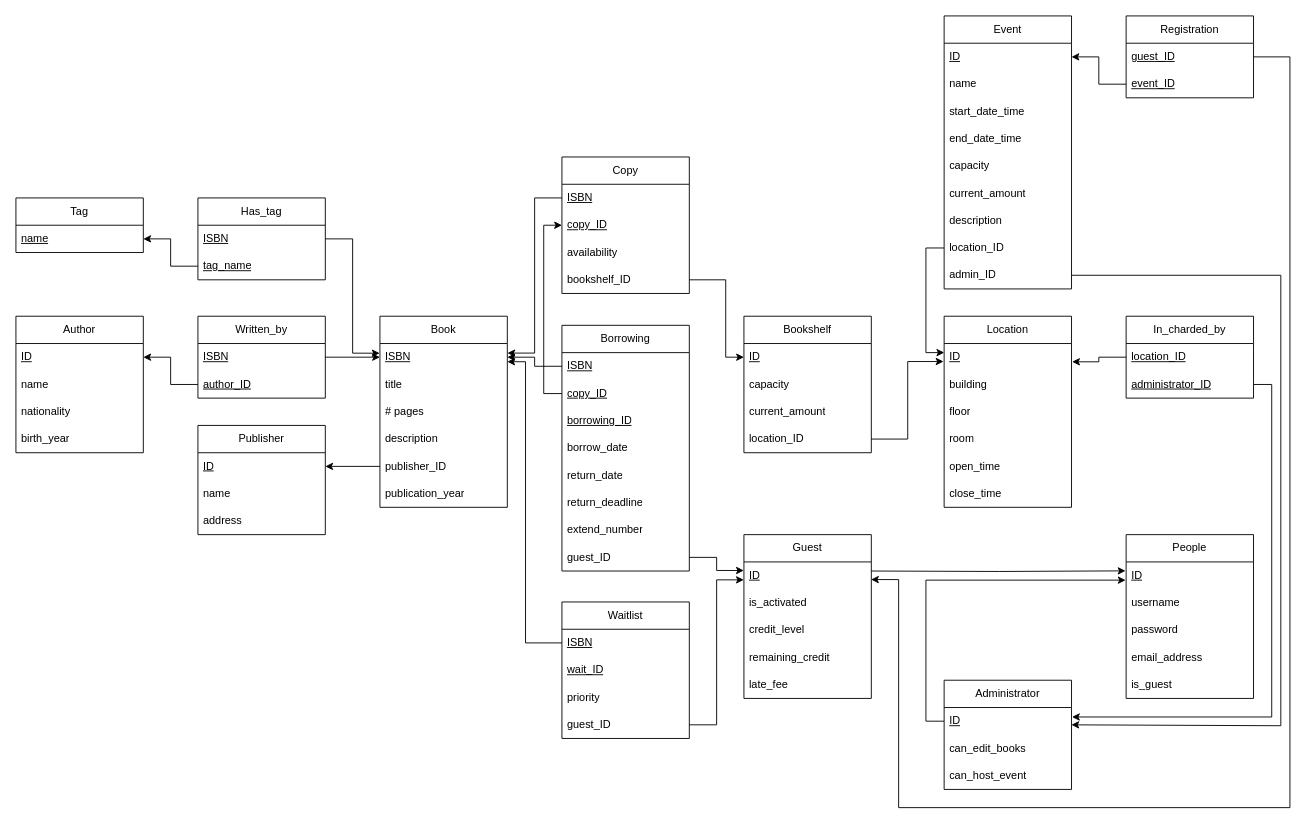
This is schema/relational_model/Relational Model Diagram.drawio from Kassaking7/eLibraryManagementSystem, a draw.io file, before an edit. Source tidied: cells renumbered, new cells numbered last; positions are measured from the earlier drawing's top-left corner, leaving out a move shared by most shapes. Both pictures are drawn from the tidied source at 91%, with x=0, y=0 at pixel (15, 15).
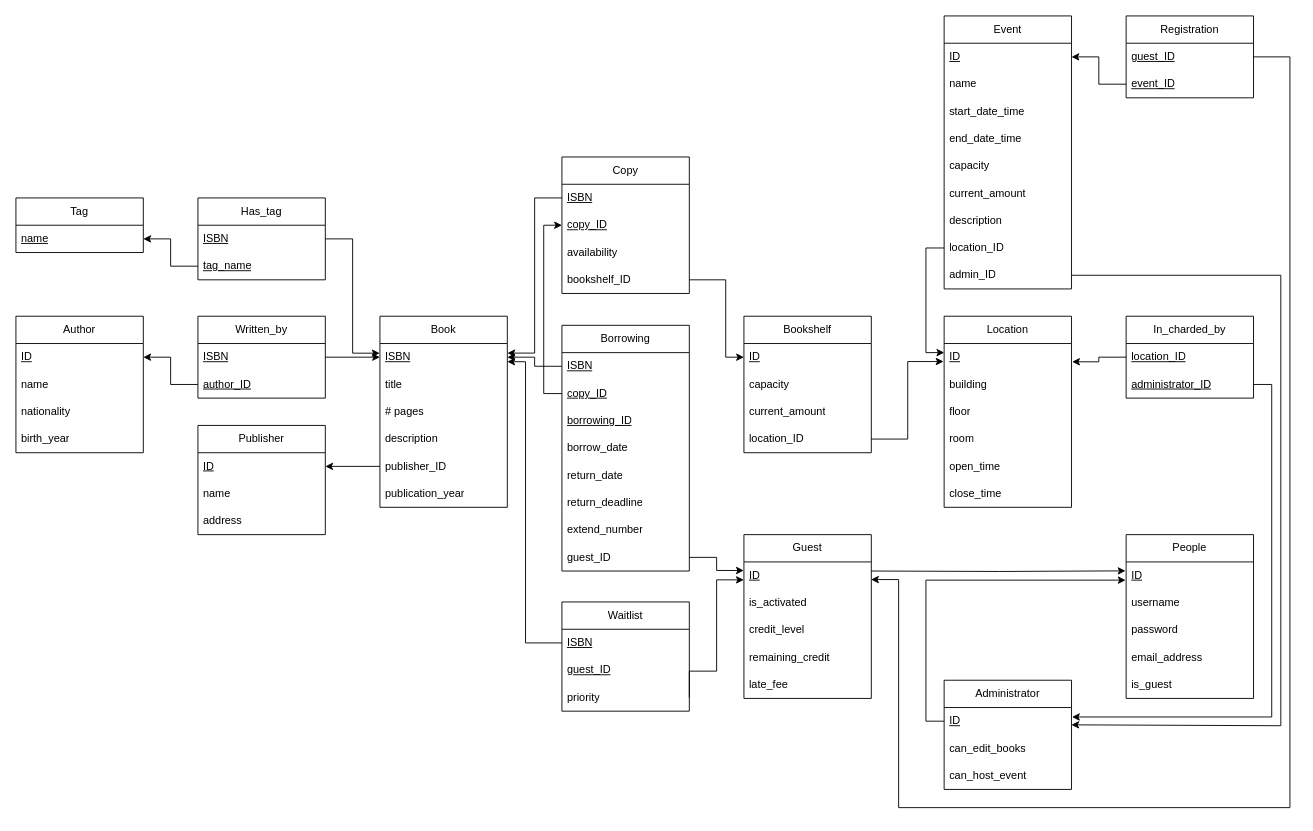
The same page after the edit.

Unchanged cells that the change refers to:
```xml
<mxCell id="3" value="&lt;u&gt;ISBN&lt;/u&gt;" style="text;strokeColor=none;fillColor=none;align=left;verticalAlign=middle;spacingLeft=4;spacingRight=4;overflow=hidden;points=[[0,0.5],[1,0.5]];portConstraint=eastwest;whiteSpace=wrap;html=1;" parent="2" vertex="1">
  <mxGeometry y="30" width="140" height="30" as="geometry" />
</mxCell>
<mxCell id="48" value="&lt;u&gt;ISBN&lt;/u&gt;" style="text;strokeColor=none;fillColor=none;align=left;verticalAlign=middle;spacingLeft=4;spacingRight=4;overflow=hidden;points=[[0,0.5],[1,0.5]];portConstraint=eastwest;whiteSpace=wrap;html=1;" parent="47" vertex="1">
  <mxGeometry y="30" width="140" height="30" as="geometry" />
</mxCell>
<mxCell id="60" value="&lt;u&gt;ID&lt;/u&gt;" style="text;strokeColor=none;fillColor=none;align=left;verticalAlign=middle;spacingLeft=4;spacingRight=4;overflow=hidden;points=[[0,0.5],[1,0.5]];portConstraint=eastwest;whiteSpace=wrap;html=1;" parent="59" vertex="1">
  <mxGeometry y="30" width="140" height="30" as="geometry" />
</mxCell>
```

The edit, as a diff of the source:
```diff
@@
     <mxCell id="36" value="Waitlist" style="swimlane;fontStyle=0;horizontal=1;startSize=30;whiteSpace=wrap;html=1;" parent="1" vertex="1">
-      <mxGeometry x="600" y="644" width="140" height="150" as="geometry" />
+      <mxGeometry x="600" y="644" width="140" height="120" as="geometry" />
     </mxCell>
@@
-    <mxCell id="38" value="&lt;u&gt;wait_ID&lt;/u&gt;" style="text;strokeColor=none;fillColor=none;align=left;verticalAlign=middle;spacingLeft=4;spacingRight=4;overflow=hidden;whiteSpace=wrap;html=1;" parent="36" vertex="1">
-      <mxGeometry y="60" width="140" height="30" as="geometry" />
-    </mxCell>
-    <mxCell id="39" value="priority" style="text;strokeColor=none;fillColor=none;align=left;verticalAlign=middle;spacingLeft=4;spacingRight=4;overflow=hidden;whiteSpace=wrap;html=1;" parent="36" vertex="1">
-      <mxGeometry y="90" width="140" height="30" as="geometry" />
+    <mxCell id="39" value="&lt;u&gt;guest_ID&lt;/u&gt;" style="text;strokeColor=none;fillColor=none;align=left;verticalAlign=middle;spacingLeft=4;spacingRight=4;overflow=hidden;whiteSpace=wrap;html=1;" parent="36" vertex="1">
+      <mxGeometry y="60" width="140" height="30" as="geometry" />
     </mxCell>
-    <mxCell id="40" value="guest_ID" style="text;strokeColor=none;fillColor=none;align=left;verticalAlign=middle;spacingLeft=4;spacingRight=4;overflow=hidden;points=[[0,0.5],[1,0.5]];portConstraint=eastwest;whiteSpace=wrap;html=1;" parent="36" vertex="1">
-      <mxGeometry y="120" width="140" height="30" as="geometry" />
+    <mxCell id="40" value="priority" style="text;strokeColor=none;fillColor=none;align=left;verticalAlign=middle;spacingLeft=4;spacingRight=4;overflow=hidden;points=[[0,0.5],[1,0.5]];portConstraint=eastwest;whiteSpace=wrap;html=1;" parent="36" vertex="1">
+      <mxGeometry y="90" width="140" height="30" as="geometry" />
     </mxCell>
@@
-    <mxCell id="56" style="edgeStyle=orthogonalEdgeStyle;rounded=0;jettySize=auto;html=1;exitX=0;exitY=0.5;exitDx=0;exitDy=0;entryX=1;entryY=0.5;entryDx=0;entryDy=0;" parent="1" edge="1" source="48" target="3">
-      <mxGeometry relative="1" as="geometry" />
-    </mxCell>
@@
     <mxCell id="108" style="edgeStyle=orthogonalEdgeStyle;rounded=0;jettySize=auto;html=1;exitX=1;exitY=0.5;exitDx=0;exitDy=0;entryX=-0.001;entryY=0.657;entryDx=0;entryDy=0;entryPerimeter=0;" parent="1" edge="1" source="40" target="60">
-      <mxGeometry relative="1" as="geometry" />
+      <mxGeometry relative="1" as="geometry">
+        <Array as="points">
+          <mxPoint x="740" y="720" />
+          <mxPoint x="770" y="720" />
+          <mxPoint x="770" y="620" />
+        </Array>
+      </mxGeometry>
     </mxCell>
@@
+    <mxCell id="56" style="edgeStyle=orthogonalEdgeStyle;html=1;exitX=0;exitY=0.5;exitDx=0;exitDy=0;entryX=1;entryY=0.5;entryDx=0;entryDy=0;rounded=0;" parent="1" edge="1" source="48" target="3">
+      <mxGeometry relative="1" as="geometry" />
+    </mxCell>
```
